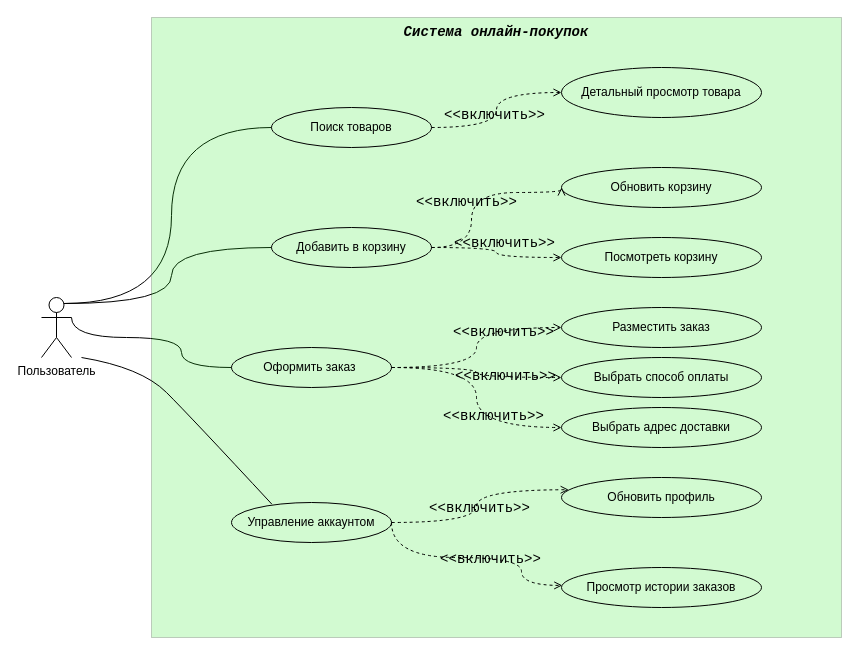
poseidonnn0/draw_io_diagrams_and_notation keeps this draw.io diagram as page "Вариант 2" (2 of 3) of Диаграмма без названия.drawio. Above is the earlier version. Source tidied: cells renumbered, new cells numbered last; positions are measured from the earlier drawing's top-left corner, leaving out a move shared by most shapes. Both pictures are drawn from the tidied source at 100%, with x=0, y=0 at pixel (41, 17).
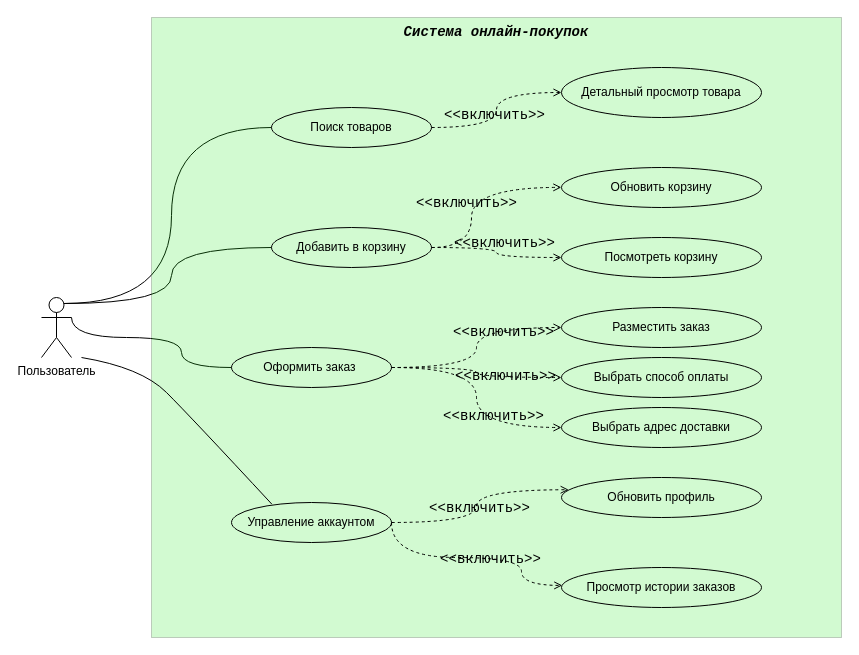
The same diagram, later.

Unchanged cells that the change refers to:
```xml
<mxCell id="6" value="&lt;font color=&quot;#000000&quot; style=&quot;font-size: 14px;&quot; face=&quot;Courier New&quot;&gt;&lt;b&gt;&lt;i&gt;Система онлайн-покупок&lt;/i&gt;&lt;/b&gt;&lt;/font&gt;" style="rounded=0;whiteSpace=wrap;html=1;verticalAlign=top;fillColor=#1FE619;strokeColor=#000000;fontColor=#ffffff;opacity=20;" parent="1" vertex="1">
  <mxGeometry x="110" width="690" height="620" as="geometry" />
</mxCell>
<mxCell id="14" value="&lt;div style=&quot;text-align: left;&quot;&gt;&lt;span style=&quot;background-color: initial;&quot;&gt;Добавить в корзину&lt;/span&gt;&lt;/div&gt;" style="ellipse;whiteSpace=wrap;html=1;fillColor=none;" parent="1" vertex="1">
  <mxGeometry x="230" y="210" width="160" height="40" as="geometry" />
</mxCell>
<mxCell id="22" value="&lt;div style=&quot;text-align: left;&quot;&gt;Обновить корзину&lt;/div&gt;" style="ellipse;whiteSpace=wrap;html=1;fillColor=none;" parent="1" vertex="1">
  <mxGeometry x="520" y="150" width="200" height="40" as="geometry" />
</mxCell>
```

The edit, as a diff of the source:
```diff
@@
-    <mxCell id="10" style="edgeStyle=orthogonalEdgeStyle;rounded=0;jettySize=auto;html=1;exitX=1;exitY=0.5;exitDx=0;exitDy=0;entryX=0;entryY=0.5;entryDx=0;entryDy=0;curved=1;dashed=1;endArrow=open;endFill=0;" parent="1" edge="1" source="14" target="22">
+    <mxCell id="10" style="edgeStyle=orthogonalEdgeStyle;rounded=0;jettySize=auto;html=1;exitX=1;exitY=0.5;exitDx=0;exitDy=0;curved=1;dashed=1;endArrow=open;endFill=0;entryX=0.594;entryY=0.274;entryDx=0;entryDy=0;entryPerimeter=0;" parent="1" edge="1" source="14" target="6">
       <mxGeometry relative="1" as="geometry">
         <Array as="points">
           <mxPoint x="430" y="230" />
-          <mxPoint x="430" y="175" />
+          <mxPoint x="430" y="170" />
+          <mxPoint x="520" y="170" />
         </Array>
       </mxGeometry>
     </mxCell>
```
